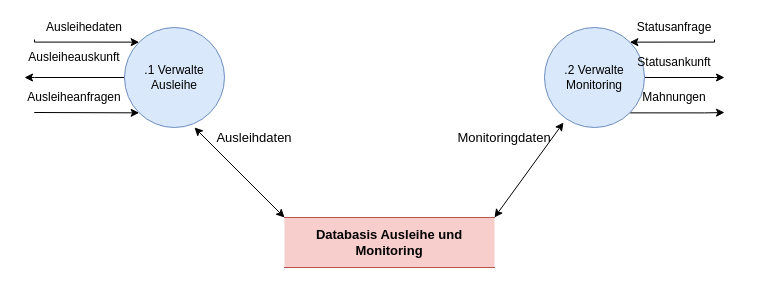
mostermann96/SWT2 keeps this draw.io diagram as 2_Ontologies/Strukturierte Analyse/DFDs/Level1/DFD_1_Verwalte_Ausleihen_Monitoring.drawio. Above is the earlier version. Source tidied: cells renumbered, new cells numbered last; positions are measured from the earlier drawing's top-left corner, leaving out a move shared by most shapes. Both pictures are drawn from the tidied source at 100%, with x=0, y=0 at pixel (24, 17).
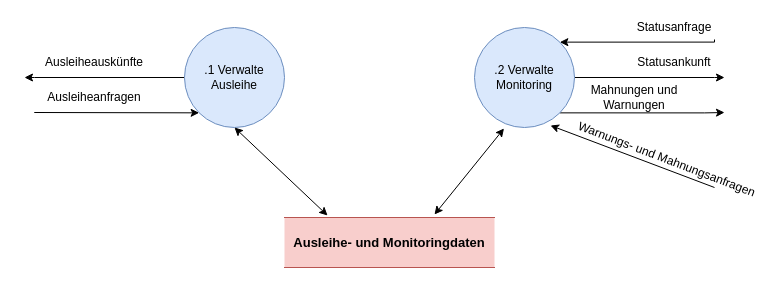
The same page after the edit.

Commit message (it also covers changes not shown here):
DWB Ausleihen und Monitoring, Anpassen der DFDs

Diff of the diagram source:
```diff
@@
-    <mxCell id="2" style="edgeStyle=orthogonalEdgeStyle;rounded=0;jettySize=auto;html=1;exitX=0;exitY=0;exitDx=0;exitDy=0;entryX=0;entryY=0;entryDx=0;entryDy=0;" parent="1" edge="1" target="5">
-      <mxGeometry relative="1" as="geometry">
-        <mxPoint x="10" y="22" as="sourcePoint" />
-        <Array as="points">
-          <mxPoint x="10" y="25" />
-        </Array>
-      </mxGeometry>
-    </mxCell>
@@
     <mxCell id="5" value=".1 Verwalte Ausleihe" style="ellipse;whiteSpace=wrap;html=1;fillColor=#dae8fc;strokeColor=#6c8ebf;" parent="1" vertex="1">
-      <mxGeometry x="100" y="10" width="100" height="100" as="geometry" />
+      <mxGeometry x="160" y="10" width="100" height="100" as="geometry" />
     </mxCell>
@@
     <mxCell id="9" value=".2 Verwalte Monitoring" style="ellipse;whiteSpace=wrap;html=1;fillColor=#dae8fc;strokeColor=#6c8ebf;" parent="1" vertex="1">
-      <mxGeometry x="520" y="10" width="100" height="100" as="geometry" />
+      <mxGeometry x="450" y="10" width="100" height="100" as="geometry" />
     </mxCell>
-    <mxCell id="10" value="Ausleihedaten" style="text;html=1;strokeColor=none;fillColor=none;align=center;verticalAlign=middle;whiteSpace=wrap;rounded=0;" parent="1" vertex="1">
-      <mxGeometry x="40" width="40" height="20" as="geometry" />
-    </mxCell>
-    <mxCell id="11" value="Ausleiheauskunft" style="text;html=1;strokeColor=none;fillColor=none;align=center;verticalAlign=middle;whiteSpace=wrap;rounded=0;" parent="1" vertex="1">
-      <mxGeometry x="30" y="30" width="40" height="20" as="geometry" />
+    <mxCell id="11" value="Ausleiheauskünfte" style="text;html=1;strokeColor=none;fillColor=none;align=center;verticalAlign=middle;whiteSpace=wrap;rounded=0;" parent="1" vertex="1">
+      <mxGeometry x="50" y="35" width="40" height="20" as="geometry" />
     </mxCell>
     <mxCell id="12" value="Ausleiheanfragen&lt;br&gt;" style="text;html=1;strokeColor=none;fillColor=none;align=center;verticalAlign=middle;whiteSpace=wrap;rounded=0;" parent="1" vertex="1">
-      <mxGeometry x="30" y="70" width="40" height="20" as="geometry" />
+      <mxGeometry x="50" y="70" width="40" height="20" as="geometry" />
     </mxCell>
@@
-    <mxCell id="15" value="Mahnungen" style="text;html=1;strokeColor=none;fillColor=none;align=center;verticalAlign=middle;whiteSpace=wrap;rounded=0;" parent="1" vertex="1">
-      <mxGeometry x="630" y="70" width="40" height="20" as="geometry" />
+    <mxCell id="15" value="Mahnungen und Warnungen" style="text;html=1;strokeColor=none;fillColor=none;align=center;verticalAlign=middle;whiteSpace=wrap;rounded=0;" parent="1" vertex="1">
+      <mxGeometry x="550" y="70" width="120" height="20" as="geometry" />
     </mxCell>
-    <mxCell id="16" value="Databasis Ausleihe und Monitoring" style="shape=partialRectangle;whiteSpace=wrap;html=1;left=0;right=0;fillColor=#f8cecc;fontSize=13;fontStyle=1;strokeColor=#b85450;" parent="1" vertex="1">
+    <mxCell id="16" value="Ausleihe- und Monitoringdaten" style="shape=partialRectangle;whiteSpace=wrap;html=1;left=0;right=0;fillColor=#f8cecc;fontSize=13;fontStyle=1;strokeColor=#b85450;" parent="1" vertex="1">
       <mxGeometry x="260" y="200" width="210" height="50" as="geometry" />
     </mxCell>
-    <mxCell id="17" style="endArrow=classic;startArrow=classic;html=1;exitX=0;exitY=0;exitDx=0;exitDy=0;" parent="1" edge="1" source="16">
-      <mxGeometry relative="1" as="geometry">
-        <mxPoint x="170" y="110" as="targetPoint" />
-        <Array as="points">
-          <mxPoint x="170" y="110" />
-        </Array>
-      </mxGeometry>
+    <mxCell id="17" style="endArrow=classic;startArrow=classic;html=1;entryX=0.5;entryY=1;entryDx=0;entryDy=0;exitX=0.205;exitY=-0.04;exitDx=0;exitDy=0;exitPerimeter=0;" parent="1" edge="1" source="16" target="5">
+      <mxGeometry relative="1" as="geometry" />
     </mxCell>
-    <mxCell id="18" value="Ausleihdaten" style="text;html=1;strokeColor=none;fillColor=none;align=center;verticalAlign=middle;whiteSpace=wrap;rounded=0;fontSize=13;" parent="1" vertex="1">
-      <mxGeometry x="210" y="110" width="40" height="20" as="geometry" />
-    </mxCell>
-    <mxCell id="19" value="Monitoringdaten" style="text;html=1;strokeColor=none;fillColor=none;align=center;verticalAlign=middle;whiteSpace=wrap;rounded=0;fontSize=13;" parent="1" vertex="1">
-      <mxGeometry x="460" y="110" width="40" height="20" as="geometry" />
-    </mxCell>
-    <mxCell id="20" style="endArrow=classic;startArrow=classic;html=1;fontSize=13;exitX=1;exitY=0;exitDx=0;exitDy=0;entryX=0.19;entryY=0.95;entryDx=0;entryDy=0;entryPerimeter=0;" parent="1" edge="1" source="16" target="9">
-      <mxGeometry relative="1" as="geometry" />
+    <mxCell id="20" style="endArrow=classic;startArrow=classic;html=1;fontSize=13;entryX=0.295;entryY=1.01;entryDx=0;entryDy=0;entryPerimeter=0;" parent="1" edge="1" target="9">
+      <mxGeometry relative="1" as="geometry">
+        <mxPoint x="410" y="197" as="sourcePoint" />
+      </mxGeometry>
     </mxCell>
+    <mxCell id="21" style="endArrow=classic;html=1;entryX=0.76;entryY=0.98;entryDx=0;entryDy=0;entryPerimeter=0;" parent="1" edge="1" target="9">
+      <mxGeometry relative="1" as="geometry">
+        <mxPoint x="690" y="170" as="sourcePoint" />
+      </mxGeometry>
+    </mxCell>
+    <mxCell id="22" value="&lt;p style=&quot;line-height: 80%&quot;&gt;Warnungs- und Mahnungsanfragen&lt;br&gt;&lt;/p&gt;" style="text;html=1;align=center;verticalAlign=top;labelBackgroundColor=none;direction=south;rotation=21;" parent="21" vertex="1">
+      <mxGeometry x="-0.2" y="2" relative="1" as="geometry">
+        <mxPoint x="26" y="-27" as="offset" />
+      </mxGeometry>
+    </mxCell>
```
